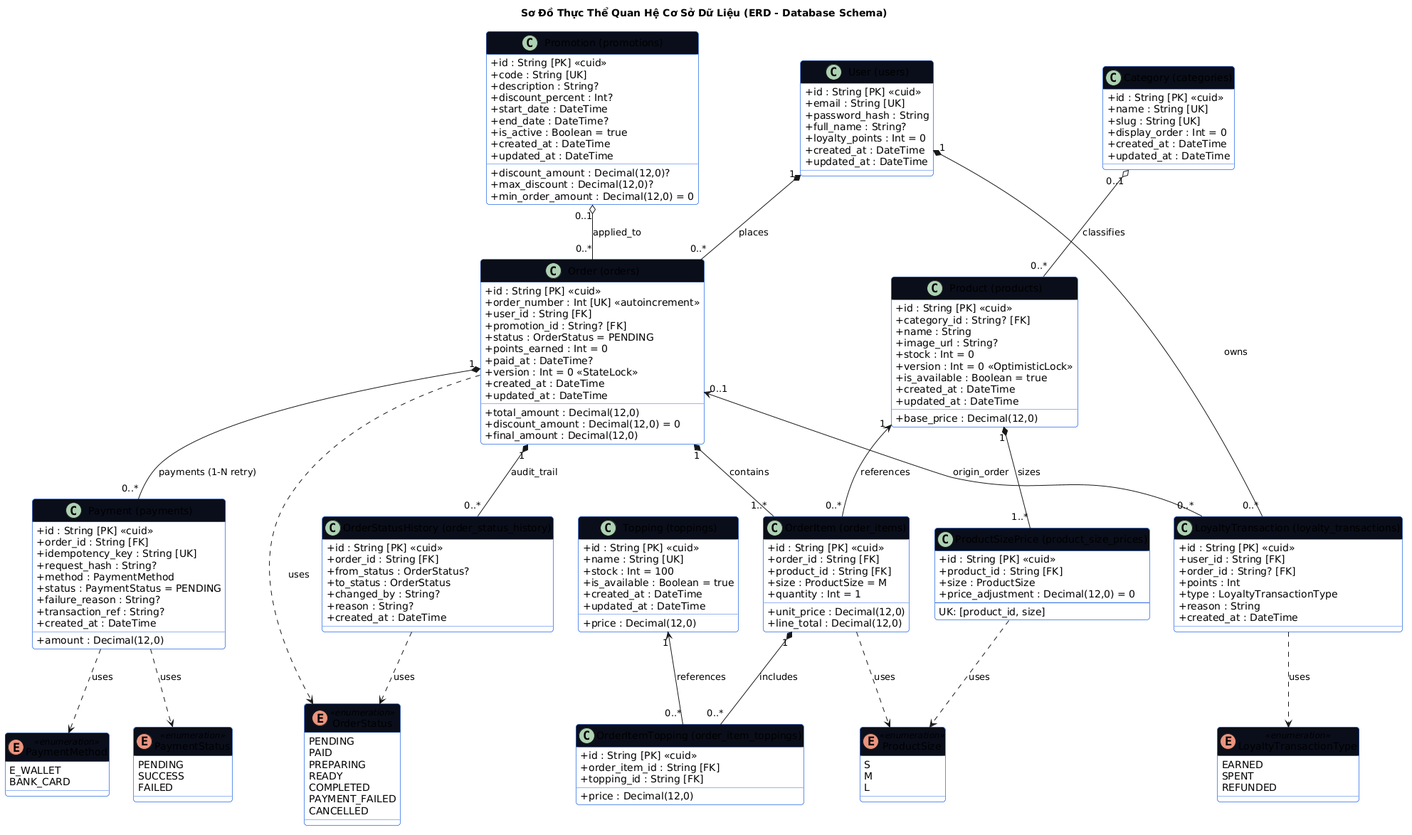
Above: docs/architecture/database-erd.png in ChienPM-27/BrewLite_02 (PlantUML), before the change.
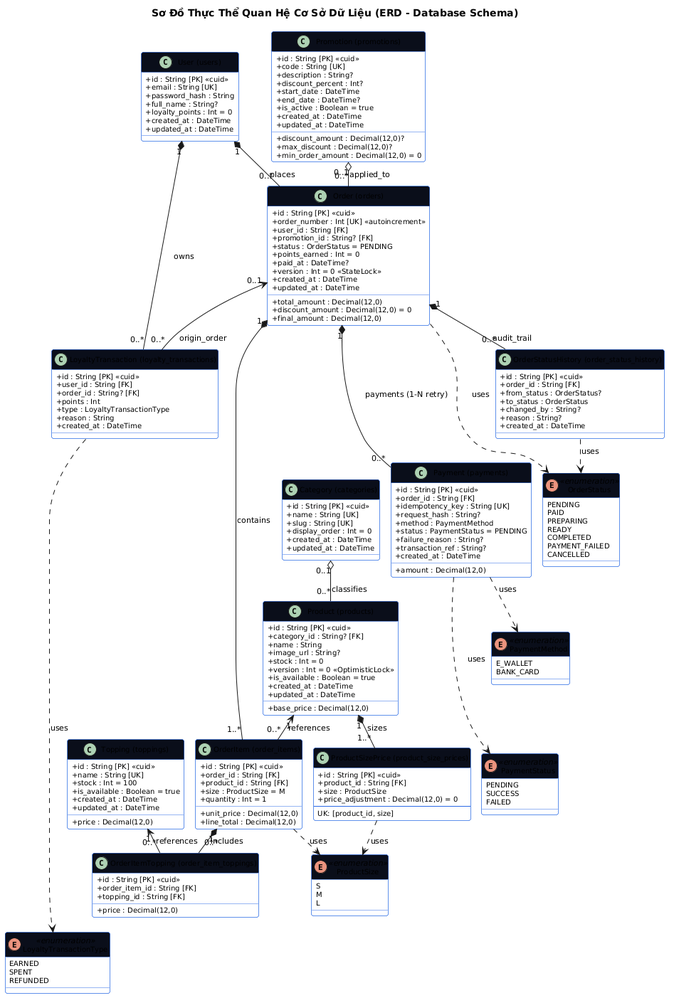
Above is the later version.

What changed in the source:
```diff
@@ -4,7 +4,12 @@
 skinparam packageStyle rectangle
 skinparam shadowing false
 skinparam defaultFontName Arial
-skinparam roundcorner 8
+skinparam roundcorner 6
+skinparam nodesep 16
+skinparam ranksep 20
+skinparam defaultFontSize 11
+skinparam classFontSize 11
+skinparam classAttributeFontSize 10
 
 skinparam class {
     BackgroundColor #FFFFFF
@@ -199,4 +204,10 @@
 ProductSizePrice ..> ProductSize : uses
 LoyaltyTransaction ..> LoyaltyTransactionType : uses
 
+
+OrderStatus -[hidden]down-> PaymentMethod
+PaymentMethod -[hidden]down-> PaymentStatus
+PaymentStatus -[hidden]down-> ProductSize
+ProductSize -[hidden]down-> LoyaltyTransactionType
+
 @enduml
```
